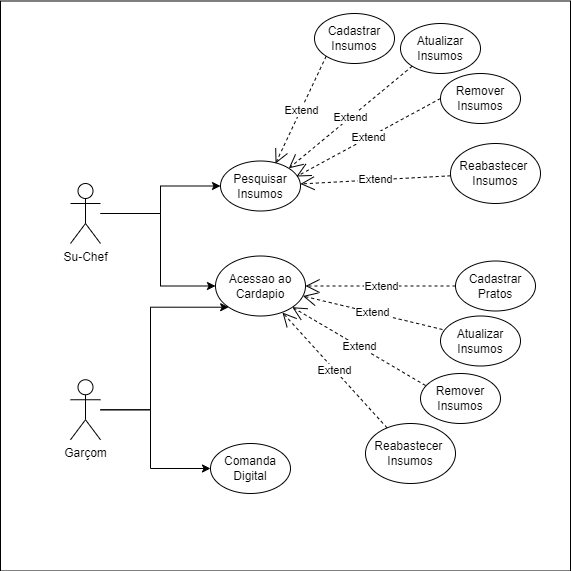
Before: documentos/diagramas/Diagrama de caso de uso.drawio.png, a diagram exported from draw.io (DougzCD/JCRESW1). Source tidied: cells renumbered, new cells last; positions are measured from the earlier drawing's top-left corner, leaving out a move shared by most shapes.
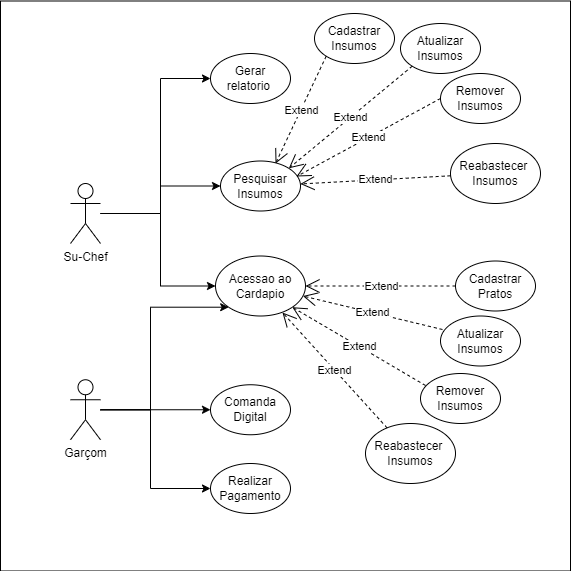
After the change.

The edit, as a diff of the source:
```diff
@@ -16,6 +16,14 @@
         </Array>
       </mxGeometry>
     </mxCell>
+    <mxCell id="30" style="edgeStyle=orthogonalEdgeStyle;html=1;entryX=0;entryY=0.5;entryDx=0;entryDy=0;rounded=0;" parent="1" edge="1" source="5" target="33">
+      <mxGeometry relative="1" as="geometry">
+        <Array as="points">
+          <mxPoint x="160" y="212" />
+          <mxPoint x="160" y="77" />
+        </Array>
+      </mxGeometry>
+    </mxCell>
     <mxCell id="5" value="Su-Chef" style="shape=umlActor;verticalLabelPosition=bottom;verticalAlign=top;html=1;outlineConnect=0;" parent="1" vertex="1">
       <mxGeometry x="70" y="182" width="30" height="60" as="geometry" />
     </mxCell>
@@ -79,27 +87,36 @@
     <mxCell id="25" value="Extend" style="edgeLabel;html=1;align=center;verticalAlign=middle;" parent="24" vertex="1">
       <mxGeometry relative="1" as="geometry" />
     </mxCell>
+    <mxCell id="27" style="edgeStyle=orthogonalEdgeStyle;html=1;entryX=0;entryY=1;entryDx=0;entryDy=0;endArrow=classic;endFill=1;rounded=0;" parent="1" edge="1" source="28" target="11">
+      <mxGeometry relative="1" as="geometry">
+        <Array as="points">
+          <mxPoint x="150" y="408" />
+          <mxPoint x="150" y="306" />
+        </Array>
+      </mxGeometry>
+    </mxCell>
-    <mxCell id="26" style="edgeStyle=orthogonalEdgeStyle;rounded=0;jettySize=auto;html=1;entryX=0;entryY=0.5;entryDx=0;entryDy=0;" parent="1" edge="1" source="28" target="29">
-      <mxGeometry relative="1" as="geometry">
-        <Array as="points">
-          <mxPoint x="150" y="408" />
-          <mxPoint x="150" y="467" />
-        </Array>
-      </mxGeometry>
+    <mxCell id="26" style="edgeStyle=orthogonalEdgeStyle;html=1;entryX=0;entryY=0.5;entryDx=0;entryDy=0;" parent="1" edge="1" source="28" target="29">
+      <mxGeometry relative="1" as="geometry" />
     </mxCell>
-    <mxCell id="27" style="edgeStyle=orthogonalEdgeStyle;html=1;entryX=0;entryY=1;entryDx=0;entryDy=0;endArrow=classic;endFill=1;rounded=0;" parent="1" edge="1" source="28" target="11">
-      <mxGeometry relative="1" as="geometry">
-        <Array as="points">
-          <mxPoint x="150" y="408" />
-          <mxPoint x="150" y="306" />
-        </Array>
-      </mxGeometry>
-    </mxCell>
+    <mxCell id="31" style="edgeStyle=orthogonalEdgeStyle;rounded=0;html=1;entryX=0;entryY=0.5;entryDx=0;entryDy=0;" parent="1" edge="1" source="28" target="32">
+      <mxGeometry relative="1" as="geometry">
+        <Array as="points">
+          <mxPoint x="150" y="408" />
+          <mxPoint x="150" y="487" />
+        </Array>
+      </mxGeometry>
+    </mxCell>
     <mxCell id="28" value="Garçom" style="shape=umlActor;verticalLabelPosition=bottom;verticalAlign=top;html=1;outlineConnect=0;" parent="1" vertex="1">
       <mxGeometry x="70" y="378.2" width="30" height="60" as="geometry" />
     </mxCell>
     <mxCell id="29" value="Comanda Digital" style="ellipse;whiteSpace=wrap;html=1;" parent="1" vertex="1">
-      <mxGeometry x="210" y="442" width="80" height="50" as="geometry" />
+      <mxGeometry x="210" y="383.2" width="80" height="50" as="geometry" />
     </mxCell>
+    <mxCell id="32" value="Realizar&lt;br&gt;Pagamento" style="ellipse;whiteSpace=wrap;html=1;" parent="1" vertex="1">
+      <mxGeometry x="210" y="462" width="80" height="50" as="geometry" />
+    </mxCell>
+    <mxCell id="33" value="Gerar&lt;br&gt;relatorio&amp;nbsp;" style="ellipse;whiteSpace=wrap;html=1;" parent="1" vertex="1">
+      <mxGeometry x="210" y="52" width="80" height="50" as="geometry" />
+    </mxCell>
   </root>
 </mxGraphModel>
```
